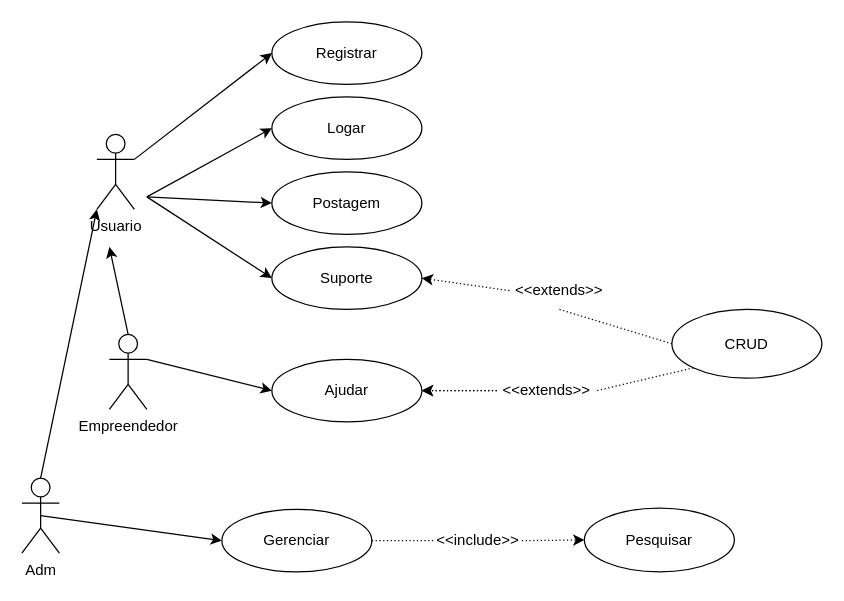
Above: Fluxograma_help.me.drawio in LuanPanini/Fluxo (draw.io), before the change. Source tidied: cells renumbered, new cells numbered last; positions are measured from the earlier drawing's top-left corner, leaving out a move shared by most shapes. Both pictures are drawn from the tidied source at 125%, with x=0, y=0 at pixel (21, 21).
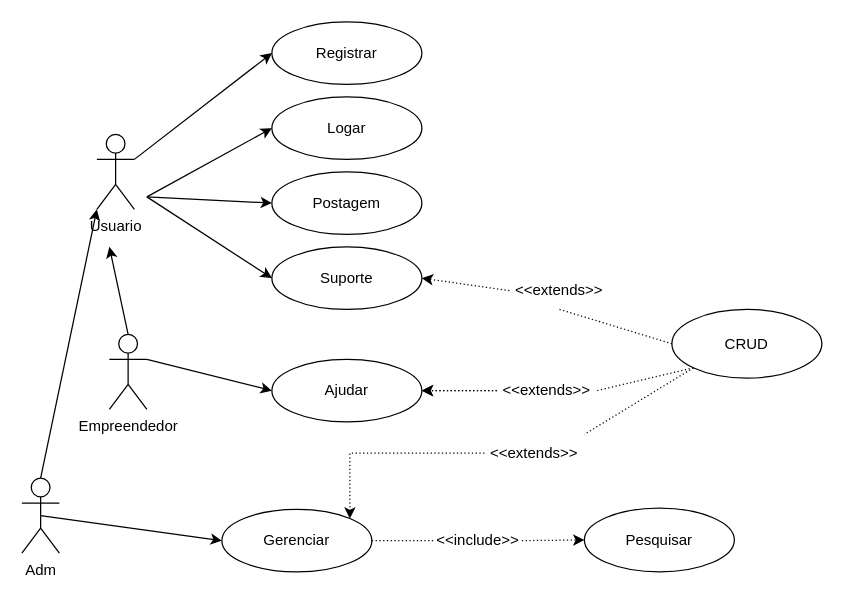
Above is the later version.

Unchanged cells that the change refers to:
```xml
<mxCell id="16" value="Gerenciar" style="ellipse;whiteSpace=wrap;html=1;" parent="1" vertex="1">
  <mxGeometry x="160" y="390" width="120" height="50" as="geometry" />
</mxCell>
<mxCell id="20" value="CRUD" style="ellipse;whiteSpace=wrap;html=1;" parent="1" vertex="1">
  <mxGeometry x="520" y="230" width="120" height="55" as="geometry" />
</mxCell>
```

Change to the diagram source:
```diff
@@
+    <mxCell id="31" value="&amp;lt;&amp;lt;extends&amp;gt;&amp;gt;" style="text;html=1;strokeColor=none;fillColor=none;align=center;verticalAlign=middle;whiteSpace=wrap;rounded=0;" parent="1" vertex="1">
+      <mxGeometry x="370" y="330" width="80" height="30" as="geometry" />
+    </mxCell>
+    <mxCell id="32" style="endArrow=none;html=1;rounded=0;dashed=1;dashPattern=1 2;exitX=0;exitY=1;exitDx=0;exitDy=0;entryX=1;entryY=0;entryDx=0;entryDy=0;" parent="1" edge="1" source="20" target="31">
+      <mxGeometry relative="1" as="geometry" />
+    </mxCell>
+    <mxCell id="33" style="edgeStyle=orthogonalEdgeStyle;rounded=0;jettySize=auto;html=1;dashed=1;dashPattern=1 2;exitX=0;exitY=0.5;exitDx=0;exitDy=0;entryX=1;entryY=0;entryDx=0;entryDy=0;" parent="1" edge="1" source="31" target="16">
+      <mxGeometry relative="1" as="geometry">
+        <Array as="points">
+          <mxPoint x="262" y="345" />
+        </Array>
+      </mxGeometry>
+    </mxCell>
```
